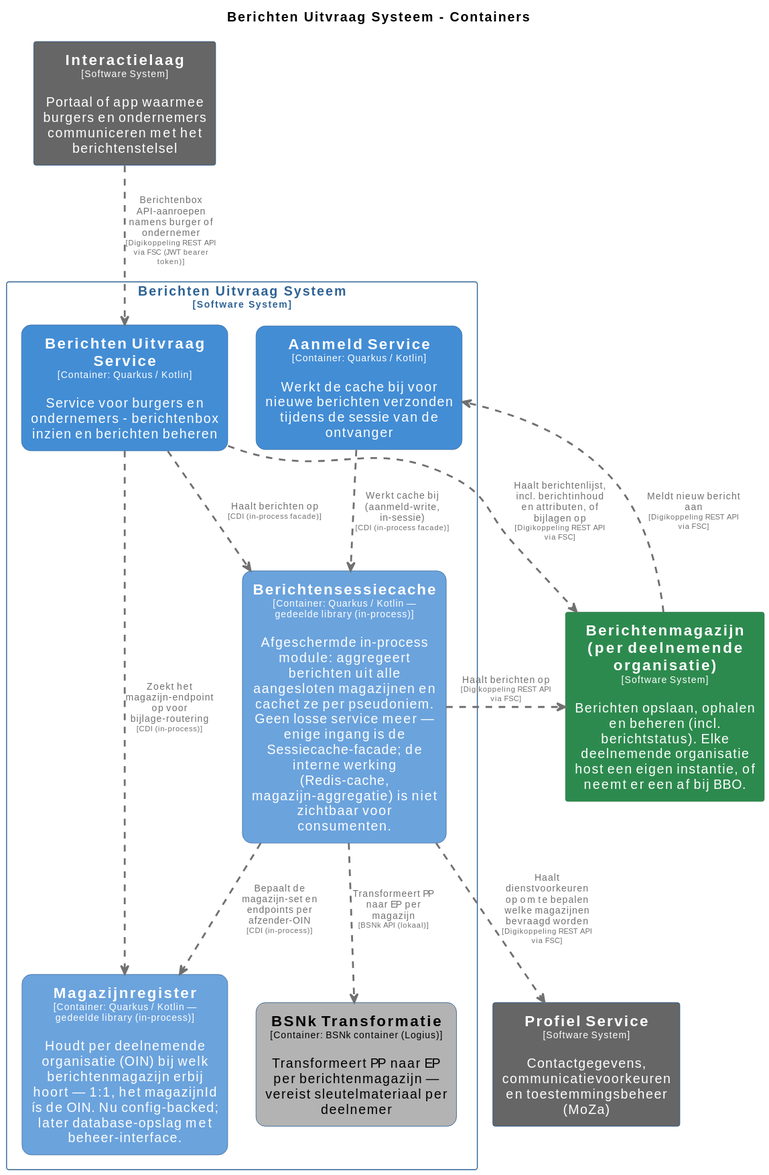
MinBZK/moza-poc-fbs-berichtenbox keeps this PlantUML diagram as master/svg/BerichtenUitvraagSysteemContainers.svg. Above is the earlier version. Its source is kept beside it as master/puml/BerichtenUitvraagSysteemContainers.puml.
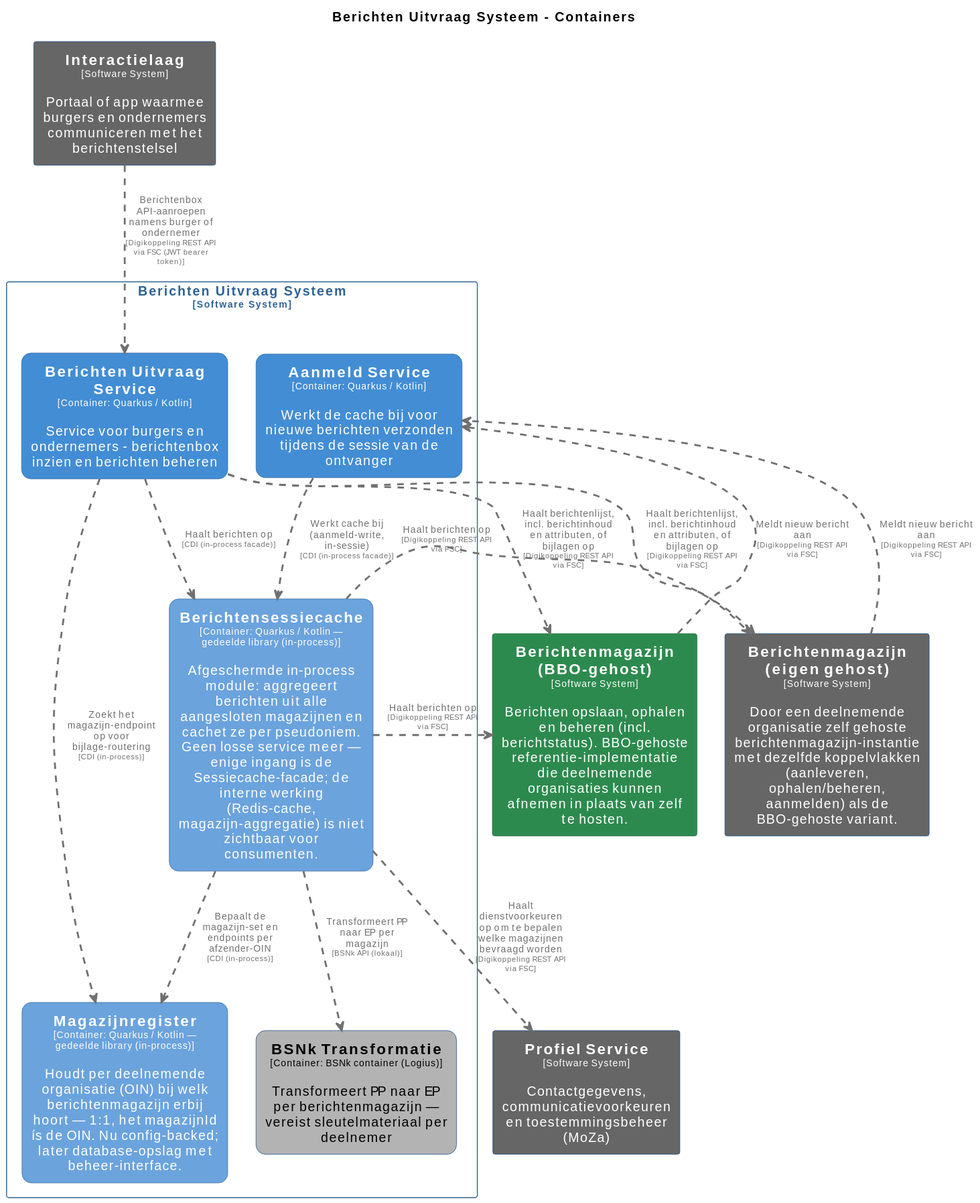
Later version of the same file.

Diff of the diagram source:
```diff
@@ -36,10 +36,16 @@
   roundCorner 20
   shadowing false
 }
-skinparam rectangle<<Berichtenmagazijnperdeelnemendeorganisatie>> {
+skinparam rectangle<<BerichtenmagazijnBBOgehost>> {
   BackgroundColor #2d8a4e
   FontColor #ffffff
   BorderColor #1e6b38
+  shadowing false
+}
+skinparam rectangle<<Berichtenmagazijneigengehost>> {
+  BackgroundColor #666666
+  FontColor #ffffff
+  BorderColor #0b4884
   shadowing false
 }
 skinparam rectangle<<BerichtenUitvraagSysteem.Berichtensessiecache>> {
@@ -76,7 +82,8 @@
 
 rectangle "==Profiel Service\n<size:10>[Software System]</size>\n\nContactgegevens, communicatievoorkeuren en toestemmingsbeheer (MoZa)" <<ProfielService>> as ProfielService
 rectangle "==Interactielaag\n<size:10>[Software System]</size>\n\nPortaal of app waarmee burgers en ondernemers communiceren met het berichtenstelsel" <<Interactielaag>> as Interactielaag
-rectangle "==Berichtenmagazijn (per deelnemende organisatie)\n<size:10>[Software System]</size>\n\nBerichten opslaan, ophalen en beheren (incl. berichtstatus). Elke deelnemende organisatie host een eigen instantie, of neemt er een af bij BBO." <<Berichtenmagazijnperdeelnemendeorganisatie>> as Berichtenmagazijnperdeelnemendeorganisatie
+rectangle "==Berichtenmagazijn (eigen gehost)\n<size:10>[Software System]</size>\n\nDoor een deelnemende organisatie zelf gehoste berichtenmagazijn-instantie met dezelfde koppelvlakken (aanleveren, ophalen/beheren, aanmelden) als de BBO-gehoste variant." <<Berichtenmagazijneigengehost>> as Berichtenmagazijneigengehost
+rectangle "==Berichtenmagazijn (BBO-gehost)\n<size:10>[Software System]</size>\n\nBerichten opslaan, ophalen en beheren (incl. berichtstatus). BBO-gehoste referentie-implementatie die deelnemende organisaties kunnen afnemen in plaats van zelf te hosten." <<BerichtenmagazijnBBOgehost>> as BerichtenmagazijnBBOgehost
 
 rectangle "Berichten Uitvraag Systeem\n<size:10>[Software System]</size>" <<BerichtenUitvraagSysteem>> {
   rectangle "==Berichtensessiecache\n<size:10>[Container: Quarkus / Kotlin — gedeelde library (in-process)]</size>\n\nAfgeschermde in-process module: aggregeert berichten uit alle aangesloten magazijnen en cachet ze per pseudoniem. Geen losse service meer — enige ingang is de Sessiecache-facade; de interne werking (Redis-cache, magazijn-aggregatie) is niet zichtbaar voor consumenten." <<BerichtenUitvraagSysteem.Berichtensessiecache>> as BerichtenUitvraagSysteem.Berichtensessiecache
@@ -86,10 +93,13 @@
   rectangle "==Magazijnregister\n<size:10>[Container: Quarkus / Kotlin — gedeelde library (in-process)]</size>\n\nHoudt per deelnemende organisatie (OIN) bij welk berichtenmagazijn erbij hoort — 1:1, het magazijnId ís de OIN. Nu config-backed; later database-opslag met beheer-interface." <<BerichtenUitvraagSysteem.Magazijnregister>> as BerichtenUitvraagSysteem.Magazijnregister
 }
 
-BerichtenUitvraagSysteem.BerichtenUitvraagService .[#707070,thickness=2].> Berichtenmagazijnperdeelnemendeorganisatie : "<color:#707070>Haalt berichtenlijst, incl. berichtinhoud en attributen, of bijlagen op\n<color:#707070><size:8>[Digikoppeling REST API via FSC]</size>"
-Berichtenmagazijnperdeelnemendeorganisatie .[#707070,thickness=2].> BerichtenUitvraagSysteem.AanmeldService : "<color:#707070>Meldt nieuw bericht aan\n<color:#707070><size:8>[Digikoppeling REST API via FSC]</size>"
+BerichtenUitvraagSysteem.BerichtenUitvraagService .[#707070,thickness=2].> BerichtenmagazijnBBOgehost : "<color:#707070>Haalt berichtenlijst, incl. berichtinhoud en attributen, of bijlagen op\n<color:#707070><size:8>[Digikoppeling REST API via FSC]</size>"
+BerichtenmagazijnBBOgehost .[#707070,thickness=2].> BerichtenUitvraagSysteem.AanmeldService : "<color:#707070>Meldt nieuw bericht aan\n<color:#707070><size:8>[Digikoppeling REST API via FSC]</size>"
+BerichtenUitvraagSysteem.BerichtenUitvraagService .[#707070,thickness=2].> Berichtenmagazijneigengehost : "<color:#707070>Haalt berichtenlijst, incl. berichtinhoud en attributen, of bijlagen op\n<color:#707070><size:8>[Digikoppeling REST API via FSC]</size>"
+BerichtenUitvraagSysteem.Berichtensessiecache .[#707070,thickness=2].> Berichtenmagazijneigengehost : "<color:#707070>Haalt berichten op\n<color:#707070><size:8>[Digikoppeling REST API via FSC]</size>"
+Berichtenmagazijneigengehost .[#707070,thickness=2].> BerichtenUitvraagSysteem.AanmeldService : "<color:#707070>Meldt nieuw bericht aan\n<color:#707070><size:8>[Digikoppeling REST API via FSC]</size>"
 BerichtenUitvraagSysteem.Berichtensessiecache .[#707070,thickness=2].> ProfielService : "<color:#707070>Haalt dienstvoorkeuren op om te bepalen welke magazijnen bevraagd worden\n<color:#707070><size:8>[Digikoppeling REST API via FSC]</size>"
-BerichtenUitvraagSysteem.Berichtensessiecache .[#707070,thickness=2].> Berichtenmagazijnperdeelnemendeorganisatie : "<color:#707070>Haalt berichten op\n<color:#707070><size:8>[Digikoppeling REST API via FSC]</size>"
+BerichtenUitvraagSysteem.Berichtensessiecache .[#707070,thickness=2].> BerichtenmagazijnBBOgehost : "<color:#707070>Haalt berichten op\n<color:#707070><size:8>[Digikoppeling REST API via FSC]</size>"
 BerichtenUitvraagSysteem.Berichtensessiecache .[#707070,thickness=2].> BerichtenUitvraagSysteem.BSNkTransformatie : "<color:#707070>Transformeert PP naar EP per magazijn\n<color:#707070><size:8>[BSNk API (lokaal)]</size>"
 BerichtenUitvraagSysteem.AanmeldService .[#707070,thickness=2].> BerichtenUitvraagSysteem.Berichtensessiecache : "<color:#707070>Werkt cache bij (aanmeld-write, in-sessie)\n<color:#707070><size:8>[CDI (in-process facade)]</size>"
 BerichtenUitvraagSysteem.BerichtenUitvraagService .[#707070,thickness=2].> BerichtenUitvraagSysteem.Berichtensessiecache : "<color:#707070>Haalt berichten op\n<color:#707070><size:8>[CDI (in-process facade)]</size>"
```
